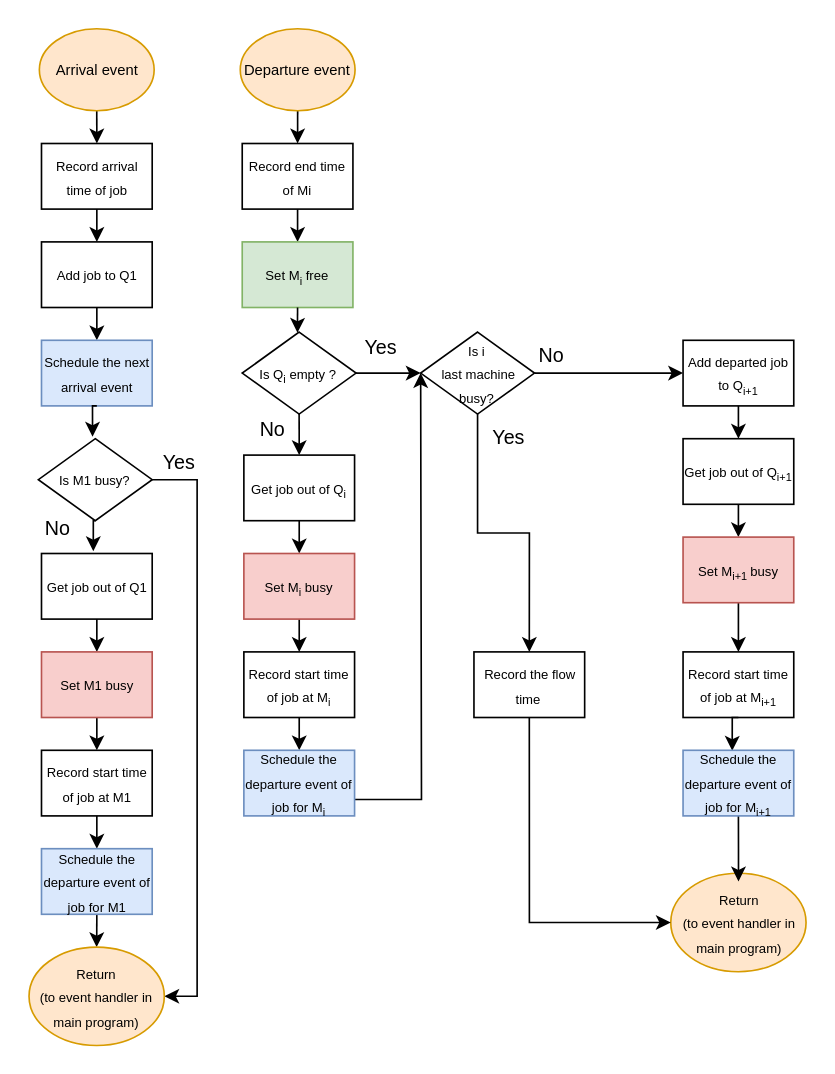
The draw.io diagram page "4.1.1" (1 of 2) of MIC.drawio in Chaiyachet211311/MIC-1CV50, before the edit. Source tidied: cells renumbered, new cells numbered last; positions are measured from the earlier drawing's top-left corner, leaving out a move shared by most shapes. Both pictures are drawn from the tidied source at 164%, with x=0, y=0 at pixel (28, 28).
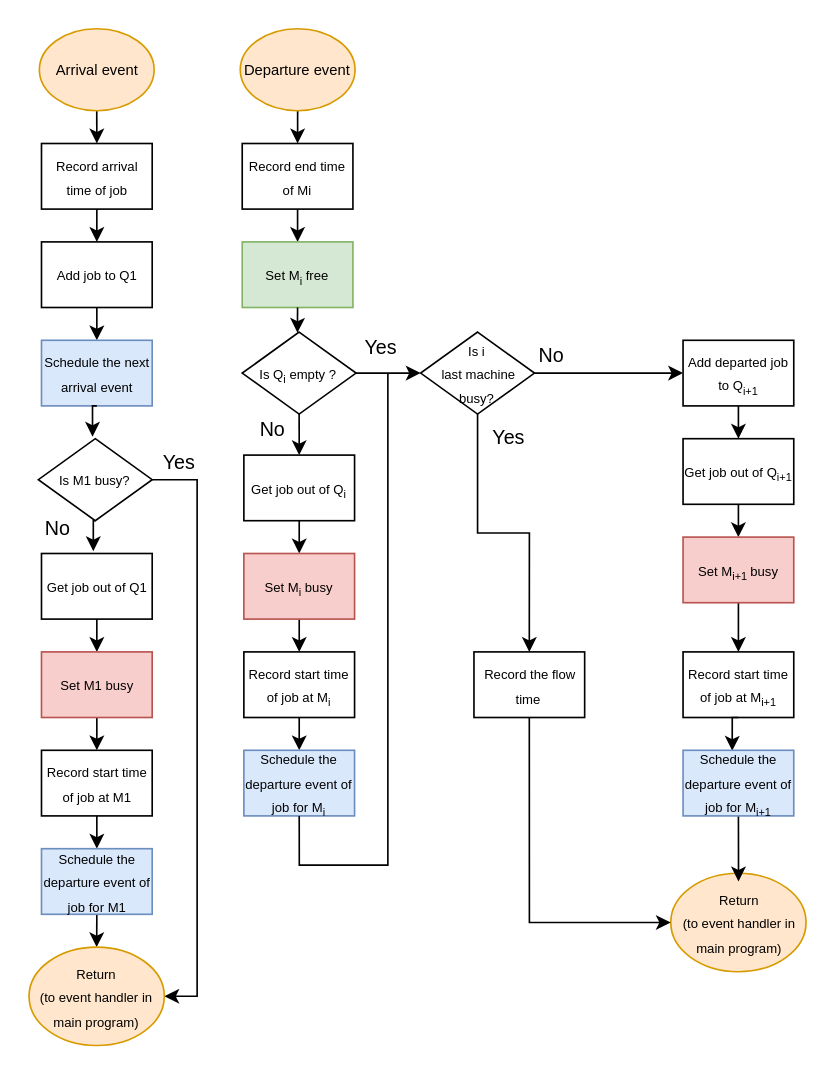
The same diagram, later.

The change refers to these unchanged cells:
```xml
<mxCell id="38" value="&lt;font style=&quot;font-size: 8px;&quot;&gt;Schedule the departure event of job for M&lt;sub&gt;i&lt;/sub&gt;&lt;/font&gt;" style="rounded=0;whiteSpace=wrap;html=1;fillColor=#dae8fc;strokeColor=#6c8ebf;" parent="1" vertex="1">
  <mxGeometry x="131.2" y="440" width="67.5" height="40" as="geometry" />
</mxCell>
```

Diff of the diagram source:
```diff
@@
-    <mxCell id="37" style="edgeStyle=orthogonalEdgeStyle;rounded=0;jettySize=auto;html=1;exitX=1;exitY=0.75;exitDx=0;exitDy=0;" parent="1" edge="1" source="38">
-      <mxGeometry relative="1" as="geometry">
-        <mxPoint x="239" y="210" as="targetPoint" />
-      </mxGeometry>
-    </mxCell>
@@
+    <mxCell id="61" style="endArrow=none;html=1;rounded=0;exitX=0.5;exitY=1;exitDx=0;exitDy=0;" parent="1" edge="1" source="38">
+      <mxGeometry relative="1" as="geometry">
+        <mxPoint x="219" y="210" as="targetPoint" />
+        <Array as="points">
+          <mxPoint x="165" y="510" />
+          <mxPoint x="219" y="510" />
+        </Array>
+      </mxGeometry>
+    </mxCell>
```
